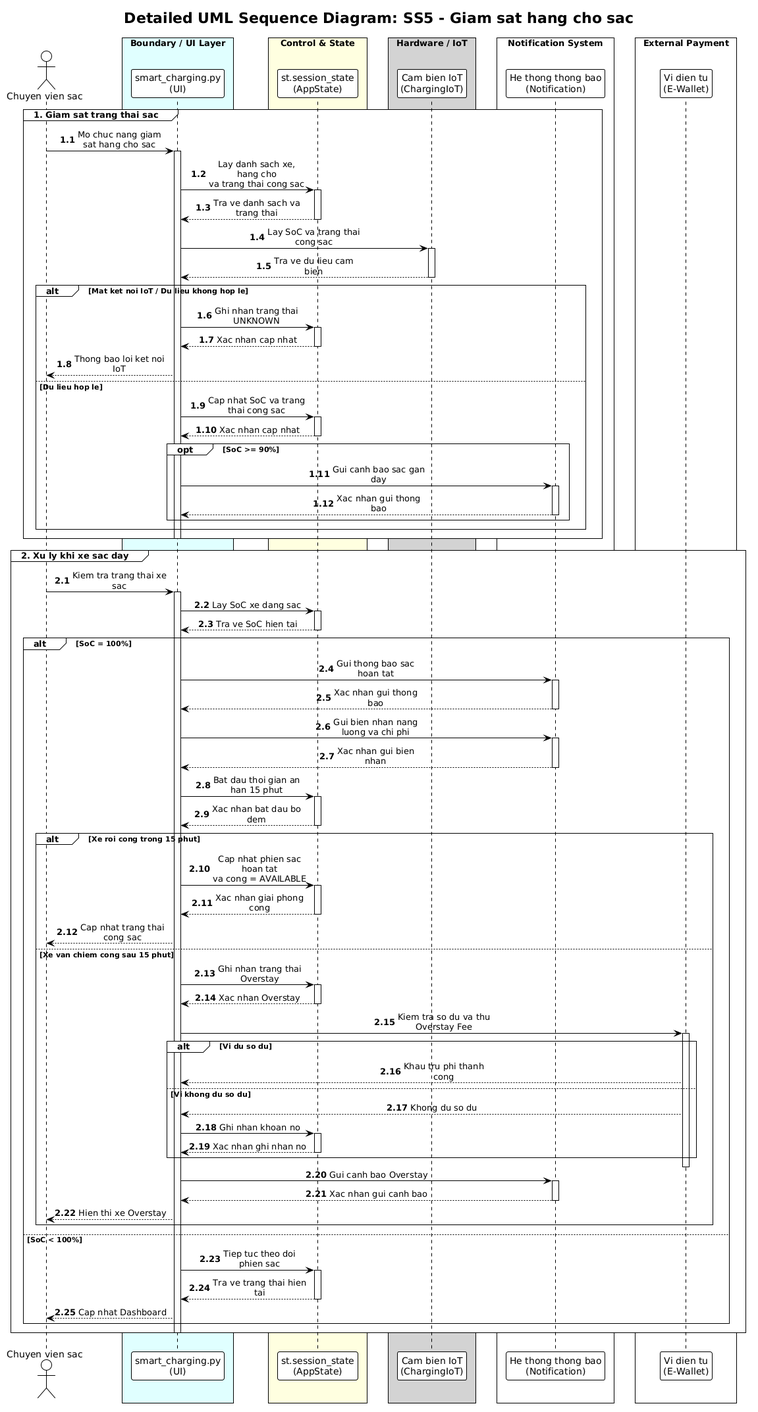
Earlier version of the PlantUML export docs/diagrams/Use-case detail-scenario/SS5/Sequence diagrams/UC_SS5_02_DuongDangKhoa_sequence.png (Dat-nguyen195/BTL_1_CNPM). The source it was exported from:
```plantuml
@startuml
!theme plain
skinparam sequenceMessageAlign center
skinparam maxMessageSize 150
skinparam BoxPadding 10

title "Detailed UML Sequence Diagram: SS5 - Giam sat hang cho sac"

actor "Chuyen vien sac" as Operator

box "Boundary / UI Layer" #LightCyan
participant "smart_charging.py\n(UI)" as UI
end box

box "Control & State" #LightYellow
participant "st.session_state\n(AppState)" as AppState
end box

box "Hardware / IoT" #LightGray
participant "Cam bien IoT\n(ChargingIoT)" as IoT
end box

box "Notification System" #White
participant "He thong thong bao\n(Notification)" as Notification
end box

box "External Payment" #White
participant "Vi dien tu\n(E-Wallet)" as EWallet
end box

autonumber 1.1
group 1. Giam sat trang thai sac
    Operator -> UI: Mo chuc nang giam sat hang cho sac
    activate UI

    UI -> AppState: Lay danh sach xe, hang cho\nva trang thai cong sac
    activate AppState
    AppState --> UI: Tra ve danh sach va trang thai
    deactivate AppState

    UI -> IoT: Lay SoC va trang thai cong sac
    activate IoT
    IoT --> UI: Tra ve du lieu cam bien
    deactivate IoT

    alt Mat ket noi IoT / Du lieu khong hop le
        UI -> AppState: Ghi nhan trang thai UNKNOWN
        activate AppState
        AppState --> UI: Xac nhan cap nhat
        deactivate AppState

        UI --> Operator: Thong bao loi ket noi IoT
    else Du lieu hop le
        UI -> AppState: Cap nhat SoC va trang thai cong sac
        activate AppState
        AppState --> UI: Xac nhan cap nhat
        deactivate AppState

        opt SoC >= 90%
            UI -> Notification: Gui canh bao sac gan day
            activate Notification
            Notification --> UI: Xac nhan gui thong bao
            deactivate Notification
        end
    end
    deactivate UI
end

autonumber 2.1
group 2. Xu ly khi xe sac day
    Operator -> UI: Kiem tra trang thai xe sac
    activate UI

    UI -> AppState: Lay SoC xe dang sac
    activate AppState
    AppState --> UI: Tra ve SoC hien tai
    deactivate AppState

    alt SoC = 100%
        UI -> Notification: Gui thong bao sac hoan tat
        activate Notification
        Notification --> UI: Xac nhan gui thong bao
        deactivate Notification

        UI -> Notification: Gui bien nhan nang luong va chi phi
        activate Notification
        Notification --> UI: Xac nhan gui bien nhan
        deactivate Notification

        UI -> AppState: Bat dau thoi gian an han 15 phut
        activate AppState
        AppState --> UI: Xac nhan bat dau bo dem
        deactivate AppState

        alt Xe roi cong trong 15 phut
            UI -> AppState: Cap nhat phien sac hoan tat\nva cong = AVAILABLE
            activate AppState
            AppState --> UI: Xac nhan giai phong cong
            deactivate AppState

            UI --> Operator: Cap nhat trang thai cong sac
        else Xe van chiem cong sau 15 phut
            UI -> AppState: Ghi nhan trang thai Overstay
            activate AppState
            AppState --> UI: Xac nhan Overstay
            deactivate AppState

            UI -> EWallet: Kiem tra so du va thu Overstay Fee
            activate EWallet

            alt Vi du so du
                EWallet --> UI: Khau tru phi thanh cong
            else Vi khong du so du
                EWallet --> UI: Khong du so du
                UI -> AppState: Ghi nhan khoan no
                activate AppState
                AppState --> UI: Xac nhan ghi nhan no
                deactivate AppState
            end
            deactivate EWallet

            UI -> Notification: Gui canh bao Overstay
            activate Notification
            Notification --> UI: Xac nhan gui canh bao
            deactivate Notification

            UI --> Operator: Hien thi xe Overstay
        end
    else SoC < 100%
        UI -> AppState: Tiep tuc theo doi phien sac
        activate AppState
        AppState --> UI: Tra ve trang thai hien tai
        deactivate AppState

        UI --> Operator: Cap nhat Dashboard
    end

    deactivate UI
end
@enduml
```
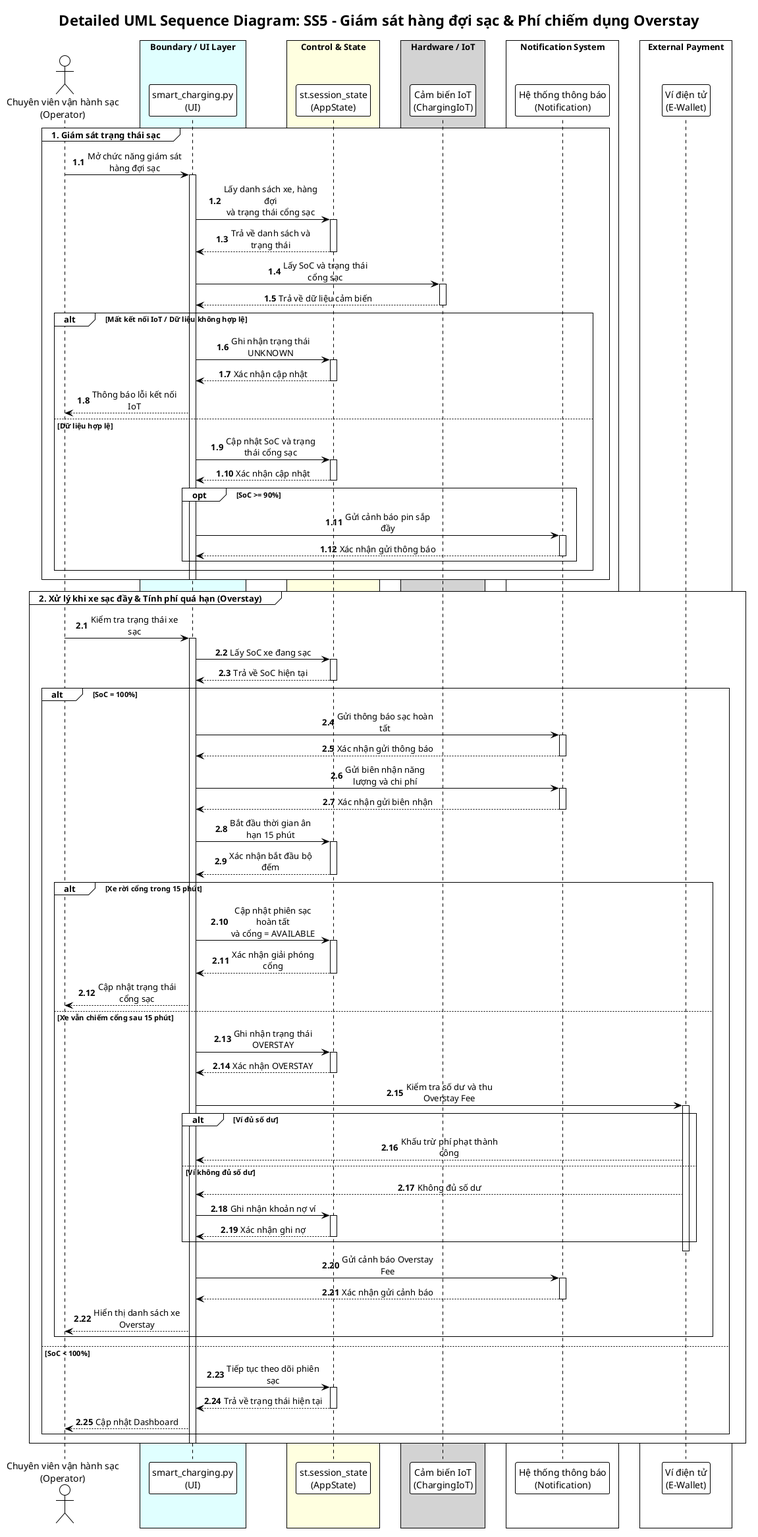
After the change.

What changed in the source:
```diff
@@ -1,12 +1,13 @@
-@startuml
+@startuml UC_SS5_02_DuongDangKhoa_sequence
+!pragma layout smetana
 !theme plain
 skinparam sequenceMessageAlign center
 skinparam maxMessageSize 150
 skinparam BoxPadding 10
 
-title "Detailed UML Sequence Diagram: SS5 - Giam sat hang cho sac"
+title "Detailed UML Sequence Diagram: SS5 - Giám sát hàng đợi sạc & Phí chiếm dụng Overstay"
 
-actor "Chuyen vien sac" as Operator
+actor "Chuyên viên vận hành sạc\n(Operator)" as Operator
 
 box "Boundary / UI Layer" #LightCyan
 participant "smart_charging.py\n(UI)" as UI
@@ -17,49 +18,49 @@
 end box
 
 box "Hardware / IoT" #LightGray
-participant "Cam bien IoT\n(ChargingIoT)" as IoT
+participant "Cảm biến IoT\n(ChargingIoT)" as IoT
 end box
 
 box "Notification System" #White
-participant "He thong thong bao\n(Notification)" as Notification
+participant "Hệ thống thông báo\n(Notification)" as Notification
 end box
 
 box "External Payment" #White
-participant "Vi dien tu\n(E-Wallet)" as EWallet
+participant "Ví điện tử\n(E-Wallet)" as EWallet
 end box
 
 autonumber 1.1
-group 1. Giam sat trang thai sac
-    Operator -> UI: Mo chuc nang giam sat hang cho sac
+group 1. Giám sát trạng thái sạc
+    Operator -> UI: Mở chức năng giám sát hàng đợi sạc
     activate UI
 
-    UI -> AppState: Lay danh sach xe, hang cho\nva trang thai cong sac
+    UI -> AppState: Lấy danh sách xe, hàng đợi\nvà trạng thái cổng sạc
     activate AppState
-    AppState --> UI: Tra ve danh sach va trang thai
+    AppState --> UI: Trả về danh sách và trạng thái
     deactivate AppState
 
-    UI -> IoT: Lay SoC va trang thai cong sac
+    UI -> IoT: Lấy SoC và trạng thái cổng sạc
     activate IoT
-    IoT --> UI: Tra ve du lieu cam bien
+    IoT --> UI: Trả về dữ liệu cảm biến
     deactivate IoT
 
-    alt Mat ket noi IoT / Du lieu khong hop le
-        UI -> AppState: Ghi nhan trang thai UNKNOWN
+    alt Mất kết nối IoT / Dữ liệu không hợp lệ
+        UI -> AppState: Ghi nhận trạng thái UNKNOWN
         activate AppState
-        AppState --> UI: Xac nhan cap nhat
+        AppState --> UI: Xác nhận cập nhật
         deactivate AppState
 
-        UI --> Operator: Thong bao loi ket noi IoT
-    else Du lieu hop le
-        UI -> AppState: Cap nhat SoC va trang thai cong sac
+        UI --> Operator: Thông báo lỗi kết nối IoT
+    else Dữ liệu hợp lệ
+        UI -> AppState: Cập nhật SoC và trạng thái cổng sạc
         activate AppState
-        AppState --> UI: Xac nhan cap nhat
+        AppState --> UI: Xác nhận cập nhật
         deactivate AppState
 
         opt SoC >= 90%
-            UI -> Notification: Gui canh bao sac gan day
+            UI -> Notification: Gửi cảnh báo pin sắp đầy
             activate Notification
-            Notification --> UI: Xac nhan gui thong bao
+            Notification --> UI: Xác nhận gửi thông báo
             deactivate Notification
         end
     end
@@ -67,74 +68,75 @@
 end
 
 autonumber 2.1
-group 2. Xu ly khi xe sac day
-    Operator -> UI: Kiem tra trang thai xe sac
+group 2. Xử lý khi xe sạc đầy & Tính phí quá hạn (Overstay)
+    Operator -> UI: Kiểm tra trạng thái xe sạc
     activate UI
 
-    UI -> AppState: Lay SoC xe dang sac
+    UI -> AppState: Lấy SoC xe đang sạc
     activate AppState
-    AppState --> UI: Tra ve SoC hien tai
+    AppState --> UI: Trả về SoC hiện tại
     deactivate AppState
 
     alt SoC = 100%
-        UI -> Notification: Gui thong bao sac hoan tat
+        UI -> Notification: Gửi thông báo sạc hoàn tất
         activate Notification
-        Notification --> UI: Xac nhan gui thong bao
+        Notification --> UI: Xác nhận gửi thông báo
         deactivate Notification
 
-        UI -> Notification: Gui bien nhan nang luong va chi phi
+        UI -> Notification: Gửi biên nhận năng lượng và chi phí
         activate Notification
-        Notification --> UI: Xac nhan gui bien nhan
+        Notification --> UI: Xác nhận gửi biên nhận
         deactivate Notification
 
-        UI -> AppState: Bat dau thoi gian an han 15 phut
+        UI -> AppState: Bắt đầu thời gian ân hạn 15 phút
         activate AppState
-        AppState --> UI: Xac nhan bat dau bo dem
+        AppState --> UI: Xác nhận bắt đầu bộ đếm
         deactivate AppState
 
-        alt Xe roi cong trong 15 phut
-            UI -> AppState: Cap nhat phien sac hoan tat\nva cong = AVAILABLE
+        alt Xe rời cổng trong 15 phút
+            UI -> AppState: Cập nhật phiên sạc hoàn tất\nvà cổng = AVAILABLE
             activate AppState
-            AppState --> UI: Xac nhan giai phong cong
+            AppState --> UI: Xác nhận giải phóng cổng
             deactivate AppState
 
-            UI --> Operator: Cap nhat trang thai cong sac
-        else Xe van chiem cong sau 15 phut
-            UI -> AppState: Ghi nhan trang thai Overstay
+            UI --> Operator: Cập nhật trạng thái cổng sạc
+        else Xe vẫn chiếm cổng sau 15 phút
+            UI -> AppState: Ghi nhận trạng thái OVERSTAY
             activate AppState
-            AppState --> UI: Xac nhan Overstay
+            AppState --> UI: Xác nhận OVERSTAY
             deactivate AppState
 
-            UI -> EWallet: Kiem tra so du va thu Overstay Fee
+            UI -> EWallet: Kiểm tra số dư và thu Overstay Fee
             activate EWallet
 
-            alt Vi du so du
-                EWallet --> UI: Khau tru phi thanh cong
-            else Vi khong du so du
-                EWallet --> UI: Khong du so du
-                UI -> AppState: Ghi nhan khoan no
+            alt Ví đủ số dư
+                EWallet --> UI: Khấu trừ phí phạt thành công
+            else Ví không đủ số dư
+                EWallet --> UI: Không đủ số dư
+                UI -> AppState: Ghi nhận khoản nợ ví
                 activate AppState
-                AppState --> UI: Xac nhan ghi nhan no
+                AppState --> UI: Xác nhận ghi nợ
                 deactivate AppState
             end
             deactivate EWallet
 
-            UI -> Notification: Gui canh bao Overstay
+            UI -> Notification: Gửi cảnh báo Overstay Fee
             activate Notification
-            Notification --> UI: Xac nhan gui canh bao
+            Notification --> UI: Xác nhận gửi cảnh báo
             deactivate Notification
 
-            UI --> Operator: Hien thi xe Overstay
+            UI --> Operator: Hiển thị danh sách xe Overstay
         end
     else SoC < 100%
-        UI -> AppState: Tiep tuc theo doi phien sac
+        UI -> AppState: Tiếp tục theo dõi phiên sạc
         activate AppState
-        AppState --> UI: Tra ve trang thai hien tai
+        AppState --> UI: Trả về trạng thái hiện tại
         deactivate AppState
 
-        UI --> Operator: Cap nhat Dashboard
+        UI --> Operator: Cập nhật Dashboard
     end
 
     deactivate UI
 end
+
 @enduml
```
